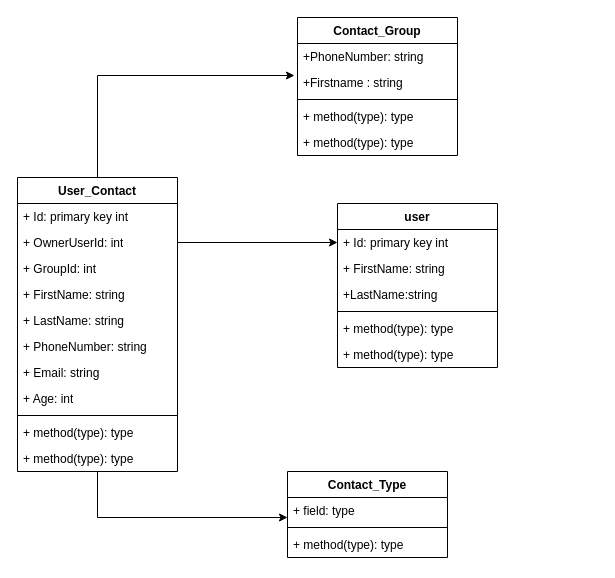
The draw.io diagram phone-book.drawio in joonasoispuu/phone-book2, before the edit. Source tidied: cells renumbered, new cells numbered last; positions are measured from the earlier drawing's top-left corner, leaving out a move shared by most shapes. Both pictures are drawn from the tidied source at 100%, with x=0, y=0 at pixel (17, 17).
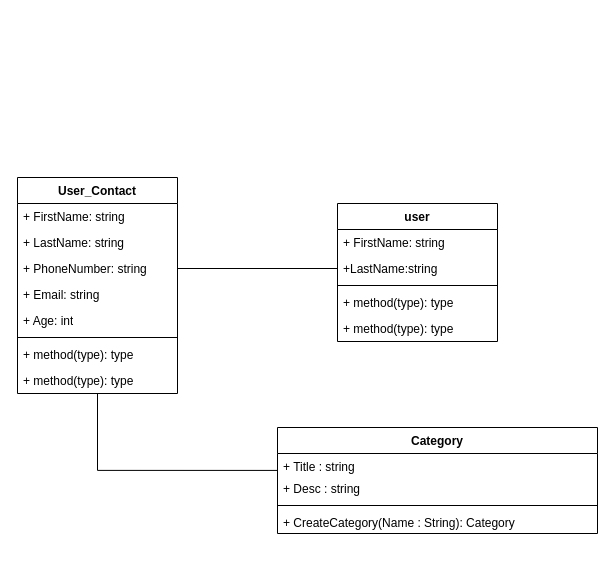
The same diagram, later.

Diff of the diagram source:
```diff
@@
-    <mxCell id="2" style="edgeStyle=orthogonalEdgeStyle;rounded=0;jettySize=auto;html=1;entryX=0;entryY=0.769;entryDx=0;entryDy=0;entryPerimeter=0;" parent="1" edge="1" source="4" target="25">
+    <mxCell id="2" style="edgeStyle=orthogonalEdgeStyle;rounded=0;jettySize=auto;html=1;entryX=0;entryY=0.769;entryDx=0;entryDy=0;entryPerimeter=0;endArrow=none;endFill=0;" parent="1" edge="1" source="4" target="25">
       <mxGeometry relative="1" as="geometry" />
     </mxCell>
-    <mxCell id="3" style="edgeStyle=orthogonalEdgeStyle;rounded=0;jettySize=auto;html=1;entryX=-0.019;entryY=0.231;entryDx=0;entryDy=0;entryPerimeter=0;" parent="1" edge="1" source="4" target="30">
-      <mxGeometry relative="1" as="geometry" />
-    </mxCell>
     <mxCell id="4" value="User_Contact&lt;br&gt;" style="swimlane;fontStyle=1;align=center;verticalAlign=top;horizontal=1;startSize=26;whiteSpace=wrap;html=1;" parent="1" vertex="1">
-      <mxGeometry y="160" width="160" height="294" as="geometry" />
+      <mxGeometry y="160" width="160" height="216" as="geometry" />
     </mxCell>
-    <mxCell id="5" value="+ Id: primary key int" style="text;strokeColor=none;fillColor=none;align=left;verticalAlign=top;spacingLeft=4;spacingRight=4;overflow=hidden;whiteSpace=wrap;html=1;" parent="4" vertex="1">
-      <mxGeometry y="26" width="160" height="26" as="geometry" />
-    </mxCell>
-    <mxCell id="6" value="+ OwnerUserId: int" style="text;strokeColor=none;fillColor=none;align=left;verticalAlign=top;spacingLeft=4;spacingRight=4;overflow=hidden;points=[[0,0.5],[1,0.5]];portConstraint=eastwest;whiteSpace=wrap;html=1;" parent="4" vertex="1">
-      <mxGeometry y="52" width="160" height="26" as="geometry" />
-    </mxCell>
-    <mxCell id="7" value="+ GroupId: int" style="text;strokeColor=none;fillColor=none;align=left;verticalAlign=top;spacingLeft=4;spacingRight=4;overflow=hidden;whiteSpace=wrap;html=1;" parent="4" vertex="1">
-      <mxGeometry y="78" width="160" height="26" as="geometry" />
-    </mxCell>
     <mxCell id="8" value="+ FirstName: string" style="text;strokeColor=none;fillColor=none;align=left;verticalAlign=top;spacingLeft=4;spacingRight=4;overflow=hidden;whiteSpace=wrap;html=1;" parent="4" vertex="1">
-      <mxGeometry y="104" width="160" height="26" as="geometry" />
+      <mxGeometry y="26" width="160" height="26" as="geometry" />
     </mxCell>
     <mxCell id="9" value="+ LastName: string" style="text;strokeColor=none;fillColor=none;align=left;verticalAlign=top;spacingLeft=4;spacingRight=4;overflow=hidden;whiteSpace=wrap;html=1;" parent="4" vertex="1">
-      <mxGeometry y="130" width="160" height="26" as="geometry" />
+      <mxGeometry y="52" width="160" height="26" as="geometry" />
     </mxCell>
     <mxCell id="10" value="+ PhoneNumber: string" style="text;strokeColor=none;fillColor=none;align=left;verticalAlign=top;spacingLeft=4;spacingRight=4;overflow=hidden;points=[[0,0.5],[1,0.5]];portConstraint=eastwest;whiteSpace=wrap;html=1;" parent="4" vertex="1">
-      <mxGeometry y="156" width="160" height="26" as="geometry" />
+      <mxGeometry y="78" width="160" height="26" as="geometry" />
     </mxCell>
     <mxCell id="11" value="+ Email: string" style="text;strokeColor=none;fillColor=none;align=left;verticalAlign=top;spacingLeft=4;spacingRight=4;overflow=hidden;whiteSpace=wrap;html=1;" parent="4" vertex="1">
-      <mxGeometry y="182" width="160" height="26" as="geometry" />
+      <mxGeometry y="104" width="160" height="26" as="geometry" />
     </mxCell>
     <mxCell id="12" value="+ Age: int" style="text;strokeColor=none;fillColor=none;align=left;verticalAlign=top;spacingLeft=4;spacingRight=4;overflow=hidden;whiteSpace=wrap;html=1;" parent="4" vertex="1">
-      <mxGeometry y="208" width="160" height="26" as="geometry" />
+      <mxGeometry y="130" width="160" height="26" as="geometry" />
     </mxCell>
     <mxCell id="13" style="line;strokeWidth=1;fillColor=none;align=left;verticalAlign=middle;spacingTop=-1;spacingLeft=3;spacingRight=3;labelPosition=right;strokeColor=inherit;" parent="4" vertex="1">
-      <mxGeometry y="234" width="160" height="8" as="geometry" />
+      <mxGeometry y="156" width="160" height="8" as="geometry" />
     </mxCell>
     <mxCell id="14" value="+ method(type): type" style="text;strokeColor=none;fillColor=none;align=left;verticalAlign=top;spacingLeft=4;spacingRight=4;overflow=hidden;whiteSpace=wrap;html=1;" parent="4" vertex="1">
-      <mxGeometry y="242" width="160" height="26" as="geometry" />
+      <mxGeometry y="164" width="160" height="26" as="geometry" />
     </mxCell>
     <mxCell id="15" value="+ method(type): type" style="text;strokeColor=none;fillColor=none;align=left;verticalAlign=top;spacingLeft=4;spacingRight=4;overflow=hidden;whiteSpace=wrap;html=1;" parent="4" vertex="1">
-      <mxGeometry y="268" width="160" height="26" as="geometry" />
+      <mxGeometry y="190" width="160" height="26" as="geometry" />
     </mxCell>
     <mxCell id="16" value="user" style="swimlane;fontStyle=1;align=center;verticalAlign=top;horizontal=1;startSize=26;whiteSpace=wrap;html=1;" parent="1" vertex="1">
-      <mxGeometry x="320" y="186" width="160" height="164" as="geometry" />
+      <mxGeometry x="320" y="186" width="160" height="138" as="geometry" />
     </mxCell>
-    <mxCell id="17" value="+ Id: primary key int" style="text;strokeColor=none;fillColor=none;align=left;verticalAlign=top;spacingLeft=4;spacingRight=4;overflow=hidden;points=[[0,0.5],[1,0.5]];portConstraint=eastwest;whiteSpace=wrap;html=1;" parent="16" vertex="1">
-      <mxGeometry y="26" width="160" height="26" as="geometry" />
-    </mxCell>
     <mxCell id="18" value="+ FirstName: string" style="text;strokeColor=none;fillColor=none;align=left;verticalAlign=top;spacingLeft=4;spacingRight=4;overflow=hidden;whiteSpace=wrap;html=1;" parent="16" vertex="1">
-      <mxGeometry y="52" width="160" height="26" as="geometry" />
+      <mxGeometry y="26" width="160" height="26" as="geometry" />
     </mxCell>
     <mxCell id="19" value="+LastName:string" style="text;strokeColor=none;fillColor=none;align=left;verticalAlign=top;spacingLeft=4;spacingRight=4;overflow=hidden;points=[[0,0.5],[1,0.5]];portConstraint=eastwest;whiteSpace=wrap;html=1;" parent="16" vertex="1">
-      <mxGeometry y="78" width="160" height="26" as="geometry" />
+      <mxGeometry y="52" width="160" height="26" as="geometry" />
     </mxCell>
     <mxCell id="20" style="line;strokeWidth=1;fillColor=none;align=left;verticalAlign=middle;spacingTop=-1;spacingLeft=3;spacingRight=3;labelPosition=right;strokeColor=inherit;" parent="16" vertex="1">
-      <mxGeometry y="104" width="160" height="8" as="geometry" />
+      <mxGeometry y="78" width="160" height="8" as="geometry" />
     </mxCell>
     <mxCell id="21" value="+ method(type): type" style="text;strokeColor=none;fillColor=none;align=left;verticalAlign=top;spacingLeft=4;spacingRight=4;overflow=hidden;whiteSpace=wrap;html=1;" parent="16" vertex="1">
-      <mxGeometry y="112" width="160" height="26" as="geometry" />
+      <mxGeometry y="86" width="160" height="26" as="geometry" />
     </mxCell>
     <mxCell id="22" value="+ method(type): type" style="text;strokeColor=none;fillColor=none;align=left;verticalAlign=top;spacingLeft=4;spacingRight=4;overflow=hidden;whiteSpace=wrap;html=1;" parent="16" vertex="1">
-      <mxGeometry y="138" width="160" height="26" as="geometry" />
+      <mxGeometry y="112" width="160" height="26" as="geometry" />
     </mxCell>
-    <mxCell id="23" style="edgeStyle=orthogonalEdgeStyle;rounded=0;jettySize=auto;html=1;exitX=1;exitY=0.5;exitDx=0;exitDy=0;entryX=0;entryY=0.5;entryDx=0;entryDy=0;" parent="1" edge="1" source="6" target="17">
-      <mxGeometry relative="1" as="geometry" />
-    </mxCell>
-    <mxCell id="24" value="Contact_Type" style="swimlane;fontStyle=1;align=center;verticalAlign=top;horizontal=1;startSize=26;whiteSpace=wrap;html=1;" parent="1" vertex="1">
-      <mxGeometry x="270" y="454" width="160" height="86" as="geometry" />
+    <mxCell id="24" value="Category&lt;br&gt;" style="swimlane;fontStyle=1;align=center;verticalAlign=top;horizontal=1;startSize=26;whiteSpace=wrap;html=1;" parent="1" vertex="1">
+      <mxGeometry x="260" y="410" width="320" height="106" as="geometry" />
     </mxCell>
-    <mxCell id="25" value="+ field: type" style="text;strokeColor=none;fillColor=none;align=left;verticalAlign=top;spacingLeft=4;spacingRight=4;overflow=hidden;points=[[0,0.5],[1,0.5]];portConstraint=eastwest;whiteSpace=wrap;html=1;" parent="24" vertex="1">
-      <mxGeometry y="26" width="160" height="26" as="geometry" />
+    <mxCell id="25" value="+ Title : string" style="text;strokeColor=none;fillColor=none;align=left;verticalAlign=top;spacingLeft=4;spacingRight=4;overflow=hidden;points=[[0,0.5],[1,0.5]];portConstraint=eastwest;whiteSpace=wrap;html=1;" parent="24" vertex="1">
+      <mxGeometry y="26" width="320" height="22" as="geometry" />
     </mxCell>
+    <mxCell id="34" value="+ Desc : string" style="text;strokeColor=none;fillColor=none;align=left;verticalAlign=top;spacingLeft=4;spacingRight=4;overflow=hidden;whiteSpace=wrap;html=1;" parent="24" vertex="1">
+      <mxGeometry y="48" width="320" height="26" as="geometry" />
+    </mxCell>
     <mxCell id="26" style="line;strokeWidth=1;fillColor=none;align=left;verticalAlign=middle;spacingTop=-1;spacingLeft=3;spacingRight=3;labelPosition=right;strokeColor=inherit;" parent="24" vertex="1">
-      <mxGeometry y="52" width="160" height="8" as="geometry" />
+      <mxGeometry y="74" width="320" height="8" as="geometry" />
     </mxCell>
-    <mxCell id="27" value="+ method(type): type" style="text;strokeColor=none;fillColor=none;align=left;verticalAlign=top;spacingLeft=4;spacingRight=4;overflow=hidden;whiteSpace=wrap;html=1;" parent="24" vertex="1">
-      <mxGeometry y="60" width="160" height="26" as="geometry" />
+    <mxCell id="27" value="+ CreateCategory(Name : String): Category" style="text;strokeColor=none;fillColor=none;align=left;verticalAlign=top;spacingLeft=4;spacingRight=4;overflow=hidden;whiteSpace=wrap;html=1;" parent="24" vertex="1">
+      <mxGeometry y="82" width="320" height="24" as="geometry" />
     </mxCell>
-    <mxCell id="28" value="Contact_Group&lt;br&gt;" style="swimlane;fontStyle=1;align=center;verticalAlign=top;horizontal=1;startSize=26;whiteSpace=wrap;html=1;" parent="1" vertex="1">
-      <mxGeometry x="280" width="160" height="138" as="geometry" />
-    </mxCell>
-    <mxCell id="29" value="+PhoneNumber: string" style="text;strokeColor=none;fillColor=none;align=left;verticalAlign=top;spacingLeft=4;spacingRight=4;overflow=hidden;whiteSpace=wrap;html=1;" parent="28" vertex="1">
-      <mxGeometry y="26" width="160" height="26" as="geometry" />
-    </mxCell>
-    <mxCell id="30" value="+Firstname : string&lt;br&gt;" style="text;strokeColor=none;fillColor=none;align=left;verticalAlign=top;spacingLeft=4;spacingRight=4;overflow=hidden;points=[[0,0.5],[1,0.5]];portConstraint=eastwest;whiteSpace=wrap;html=1;" parent="28" vertex="1">
-      <mxGeometry y="52" width="160" height="26" as="geometry" />
-    </mxCell>
-    <mxCell id="31" style="line;strokeWidth=1;fillColor=none;align=left;verticalAlign=middle;spacingTop=-1;spacingLeft=3;spacingRight=3;labelPosition=right;strokeColor=inherit;" parent="28" vertex="1">
-      <mxGeometry y="78" width="160" height="8" as="geometry" />
-    </mxCell>
-    <mxCell id="32" value="+ method(type): type" style="text;strokeColor=none;fillColor=none;align=left;verticalAlign=top;spacingLeft=4;spacingRight=4;overflow=hidden;whiteSpace=wrap;html=1;" parent="28" vertex="1">
-      <mxGeometry y="86" width="160" height="26" as="geometry" />
-    </mxCell>
-    <mxCell id="33" value="+ method(type): type" style="text;strokeColor=none;fillColor=none;align=left;verticalAlign=top;spacingLeft=4;spacingRight=4;overflow=hidden;whiteSpace=wrap;html=1;" parent="28" vertex="1">
-      <mxGeometry y="112" width="160" height="26" as="geometry" />
-    </mxCell>
+    <mxCell id="35" style="edgeStyle=orthogonalEdgeStyle;rounded=0;jettySize=auto;html=1;entryX=0;entryY=0.5;entryDx=0;entryDy=0;endArrow=none;endFill=0;" parent="1" edge="1" source="10" target="19">
+      <mxGeometry relative="1" as="geometry" />
+    </mxCell>
```
